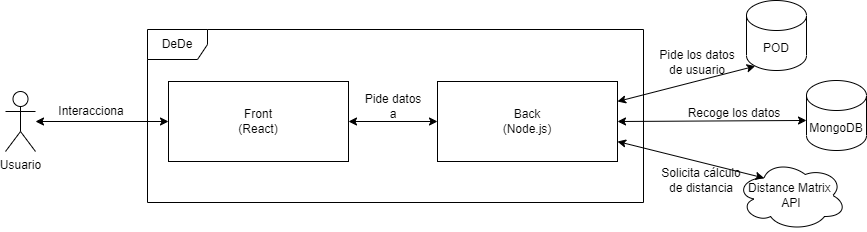
Arquisoft/dede_es5c keeps this draw.io diagram as docs/images/05_building_blocks_level2.png. Above is the earlier version. Source tidied: cells renumbered, new cells last; positions are measured from the earlier drawing's top-left corner, leaving out a move shared by most shapes.
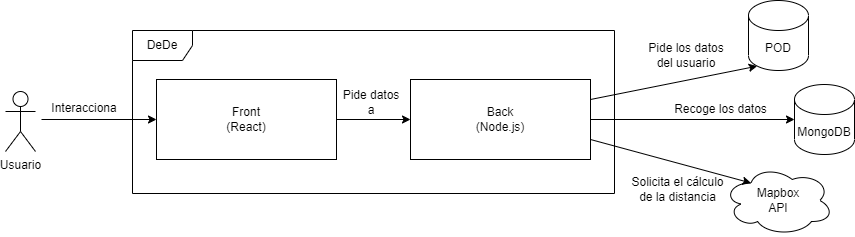
After the change.

Commit message:
Cambio diagrama level 2

What changed in the source:
```diff
@@ -2,56 +2,58 @@
   <root>
     <mxCell id="0" />
     <mxCell id="1" parent="0" />
-    <mxCell id="2" value="Back&lt;br&gt;(Node.js)" style="rounded=0;whiteSpace=wrap;html=1;" parent="1" vertex="1">
-      <mxGeometry x="432" y="81" width="180" height="80" as="geometry" />
-    </mxCell>
-    <mxCell id="3" value="Usuario" style="shape=umlActor;verticalLabelPosition=bottom;verticalAlign=top;html=1;outlineConnect=0;" parent="1" vertex="1">
-      <mxGeometry y="91" width="30" height="60" as="geometry" />
-    </mxCell>
-    <mxCell id="4" style="endArrow=classic;startArrow=classic;html=1;rounded=0;exitX=0;exitY=0.5;exitDx=0;exitDy=0;" parent="1" edge="1" source="11" target="3">
-      <mxGeometry relative="1" as="geometry" />
-    </mxCell>
     <mxCell id="5" value="POD" style="shape=cylinder3;whiteSpace=wrap;html=1;boundedLbl=1;backgroundOutline=1;size=15;" parent="1" vertex="1">
-      <mxGeometry x="741" width="60" height="70" as="geometry" />
+      <mxGeometry x="1130" y="177" width="60" height="70" as="geometry" />
     </mxCell>
     <mxCell id="6" value="MongoDB" style="shape=cylinder3;whiteSpace=wrap;html=1;boundedLbl=1;backgroundOutline=1;size=15;" parent="1" vertex="1">
-      <mxGeometry x="801" y="80" width="60" height="70" as="geometry" />
+      <mxGeometry x="1176" y="261" width="60" height="70" as="geometry" />
     </mxCell>
-    <mxCell id="7" value="Distance Matrix &lt;br&gt;API" style="ellipse;shape=cloud;whiteSpace=wrap;html=1;" parent="1" vertex="1">
-      <mxGeometry x="731" y="160" width="110" height="70" as="geometry" />
+    <mxCell id="7" value="Mapbox&lt;br&gt;API" style="ellipse;shape=cloud;whiteSpace=wrap;html=1;" parent="1" vertex="1">
+      <mxGeometry x="1105" y="342" width="110" height="70" as="geometry" />
     </mxCell>
-    <mxCell id="8" style="endArrow=classic;startArrow=classic;html=1;rounded=0;exitX=1;exitY=0.25;exitDx=0;exitDy=0;entryX=0.145;entryY=1;entryDx=0;entryDy=-4.35;entryPerimeter=0;" parent="1" edge="1" source="2" target="5">
-      <mxGeometry relative="1" as="geometry" />
-    </mxCell>
+    <mxCell id="11" value="Front&lt;br&gt;(React)&lt;br&gt;" style="rounded=0;whiteSpace=wrap;html=1;" parent="1" vertex="1">
+      <mxGeometry x="538" y="256" width="180" height="80" as="geometry" />
+    </mxCell>
+    <mxCell id="2" value="Back&lt;br&gt;(Node.js)" style="rounded=0;whiteSpace=wrap;html=1;" parent="1" vertex="1">
+      <mxGeometry x="792" y="256" width="180" height="80" as="geometry" />
+    </mxCell>
+    <mxCell id="16" style="endArrow=classic;html=1;rounded=0;entryX=0;entryY=0.5;entryDx=0;entryDy=0;exitX=1;exitY=0.5;exitDx=0;exitDy=0;" parent="1" edge="1" source="11" target="2">
+      <mxGeometry relative="1" as="geometry" />
+    </mxCell>
+    <mxCell id="17" value="Pide datos a" style="text;html=1;strokeColor=none;fillColor=none;align=center;verticalAlign=middle;whiteSpace=wrap;rounded=0;" parent="1" vertex="1">
+      <mxGeometry x="723" y="264" width="60" height="30" as="geometry" />
+    </mxCell>
+    <mxCell id="12" value="DeDe" style="shape=umlFrame;whiteSpace=wrap;html=1;" parent="1" vertex="1">
+      <mxGeometry x="514" y="207" width="482" height="163" as="geometry" />
+    </mxCell>
+    <mxCell id="3" value="Usuario" style="shape=umlActor;verticalLabelPosition=bottom;verticalAlign=top;html=1;" parent="1" vertex="1">
+      <mxGeometry x="387" y="268" width="30" height="60" as="geometry" />
+    </mxCell>
+    <mxCell id="19" style="endArrow=classic;html=1;rounded=0;entryX=0;entryY=0.5;entryDx=0;entryDy=0;" parent="1" edge="1" target="11">
+      <mxGeometry relative="1" as="geometry">
+        <mxPoint x="423" y="296" as="sourcePoint" />
+      </mxGeometry>
+    </mxCell>
+    <mxCell id="18" value="Interacciona" style="text;html=1;strokeColor=none;fillColor=none;align=center;verticalAlign=middle;whiteSpace=wrap;rounded=0;" parent="1" vertex="1">
+      <mxGeometry x="436" y="270" width="60" height="30" as="geometry" />
+    </mxCell>
-    <mxCell id="9" style="endArrow=classic;startArrow=classic;html=1;rounded=0;exitX=1;exitY=0.5;exitDx=0;exitDy=0;entryX=0;entryY=0.571;entryDx=0;entryDy=0;entryPerimeter=0;" parent="1" edge="1" source="2" target="6">
+    <mxCell id="9" style="endArrow=classic;html=1;rounded=0;entryX=0;entryY=0.5;entryDx=0;entryDy=0;entryPerimeter=0;exitX=1;exitY=0.5;exitDx=0;exitDy=0;" parent="1" edge="1" source="2" target="6">
       <mxGeometry relative="1" as="geometry" />
     </mxCell>
-    <mxCell id="10" style="endArrow=classic;startArrow=classic;html=1;rounded=0;exitX=1;exitY=0.75;exitDx=0;exitDy=0;entryX=0.25;entryY=0.25;entryDx=0;entryDy=0;entryPerimeter=0;" parent="1" edge="1" source="2" target="7">
+    <mxCell id="10" style="endArrow=classic;html=1;rounded=0;entryX=0.25;entryY=0.25;entryDx=0;entryDy=0;entryPerimeter=0;exitX=1;exitY=0.75;exitDx=0;exitDy=0;" parent="1" edge="1" source="2" target="7">
       <mxGeometry relative="1" as="geometry" />
     </mxCell>
-    <mxCell id="11" value="Front&lt;br&gt;(React)" style="rounded=0;whiteSpace=wrap;html=1;" parent="1" vertex="1">
-      <mxGeometry x="163" y="81" width="180" height="80" as="geometry" />
-    </mxCell>
-    <mxCell id="12" value="DeDe" style="shape=umlFrame;whiteSpace=wrap;html=1;" parent="1" vertex="1">
-      <mxGeometry x="142" y="29" width="496" height="173" as="geometry" />
-    </mxCell>
-    <mxCell id="13" value="Pide los datos de usuario" style="text;html=1;strokeColor=none;fillColor=none;align=center;verticalAlign=middle;whiteSpace=wrap;rounded=0;" parent="1" vertex="1">
-      <mxGeometry x="651" y="47" width="82" height="30" as="geometry" />
-    </mxCell>
+    <mxCell id="8" style="endArrow=classic;html=1;rounded=0;entryX=0.145;entryY=1;entryDx=0;entryDy=-4.35;entryPerimeter=0;exitX=1;exitY=0.25;exitDx=0;exitDy=0;" parent="1" edge="1" source="2" target="5">
+      <mxGeometry relative="1" as="geometry" />
+    </mxCell>
+    <mxCell id="20" value="Pide los datos del usuario" style="text;html=1;strokeColor=none;fillColor=none;align=center;verticalAlign=middle;whiteSpace=wrap;rounded=0;" parent="1" vertex="1">
+      <mxGeometry x="1023" y="217" width="90" height="30" as="geometry" />
+    </mxCell>
     <mxCell id="14" value="Recoge los datos" style="text;html=1;strokeColor=none;fillColor=none;align=center;verticalAlign=middle;whiteSpace=wrap;rounded=0;" parent="1" vertex="1">
-      <mxGeometry x="679" y="98" width="100" height="30" as="geometry" />
+      <mxGeometry x="1043" y="271" width="119" height="30" as="geometry" />
     </mxCell>
-    <mxCell id="15" value="Solicita cálculo de distancia" style="text;html=1;strokeColor=none;fillColor=none;align=center;verticalAlign=middle;whiteSpace=wrap;rounded=0;labelBackgroundColor=none;" parent="1" vertex="1">
-      <mxGeometry x="651" y="165" width="90" height="30" as="geometry" />
-    </mxCell>
-    <mxCell id="16" style="endArrow=classic;startArrow=classic;html=1;rounded=0;exitX=1;exitY=0.5;exitDx=0;exitDy=0;entryX=0;entryY=0.5;entryDx=0;entryDy=0;" parent="1" edge="1" source="11" target="2">
-      <mxGeometry relative="1" as="geometry" />
-    </mxCell>
-    <mxCell id="17" value="Pide datos a" style="text;html=1;strokeColor=none;fillColor=none;align=center;verticalAlign=middle;whiteSpace=wrap;rounded=0;labelBackgroundColor=none;" parent="1" vertex="1">
-      <mxGeometry x="358" y="91" width="60" height="30" as="geometry" />
-    </mxCell>
-    <mxCell id="18" value="Interacciona" style="text;html=1;strokeColor=none;fillColor=none;align=center;verticalAlign=middle;whiteSpace=wrap;rounded=0;labelBackgroundColor=none;" parent="1" vertex="1">
-      <mxGeometry x="56" y="96" width="60" height="30" as="geometry" />
-    </mxCell>
+    <mxCell id="21" value="Solicita el cálculo de la distancia" style="text;html=1;strokeColor=none;fillColor=none;align=center;verticalAlign=middle;whiteSpace=wrap;rounded=0;" parent="1" vertex="1">
+      <mxGeometry x="1009" y="351" width="101" height="30" as="geometry" />
+    </mxCell>
   </root>
 </mxGraphModel>
```
